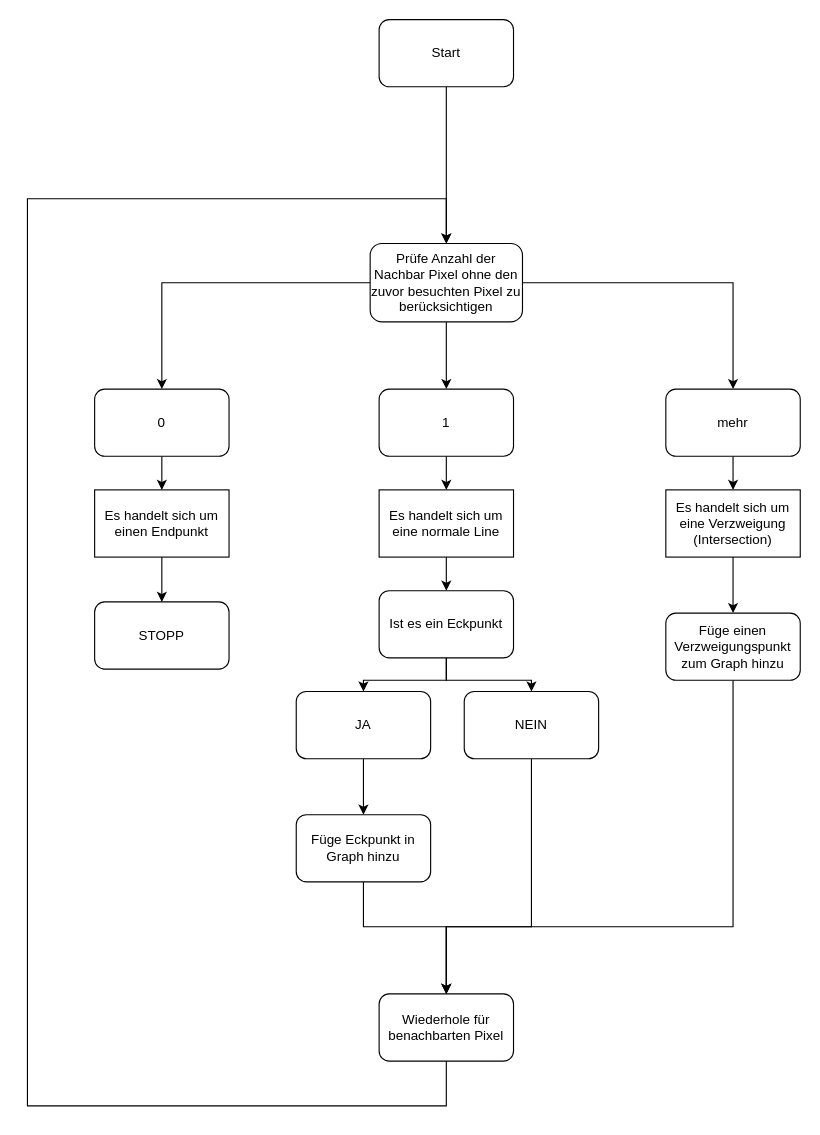
Above: Kapitel/Kapitel-ErstellungEinesGraphen/Dateien/Algorithmus.drawio in Chris022/matura-arbeit (draw.io), before the change. Source tidied: cells renumbered, new cells numbered last; positions are measured from the earlier drawing's top-left corner, leaving out a move shared by most shapes. Both pictures are drawn from the tidied source at 112%, with x=0, y=0 at pixel (27, 19).
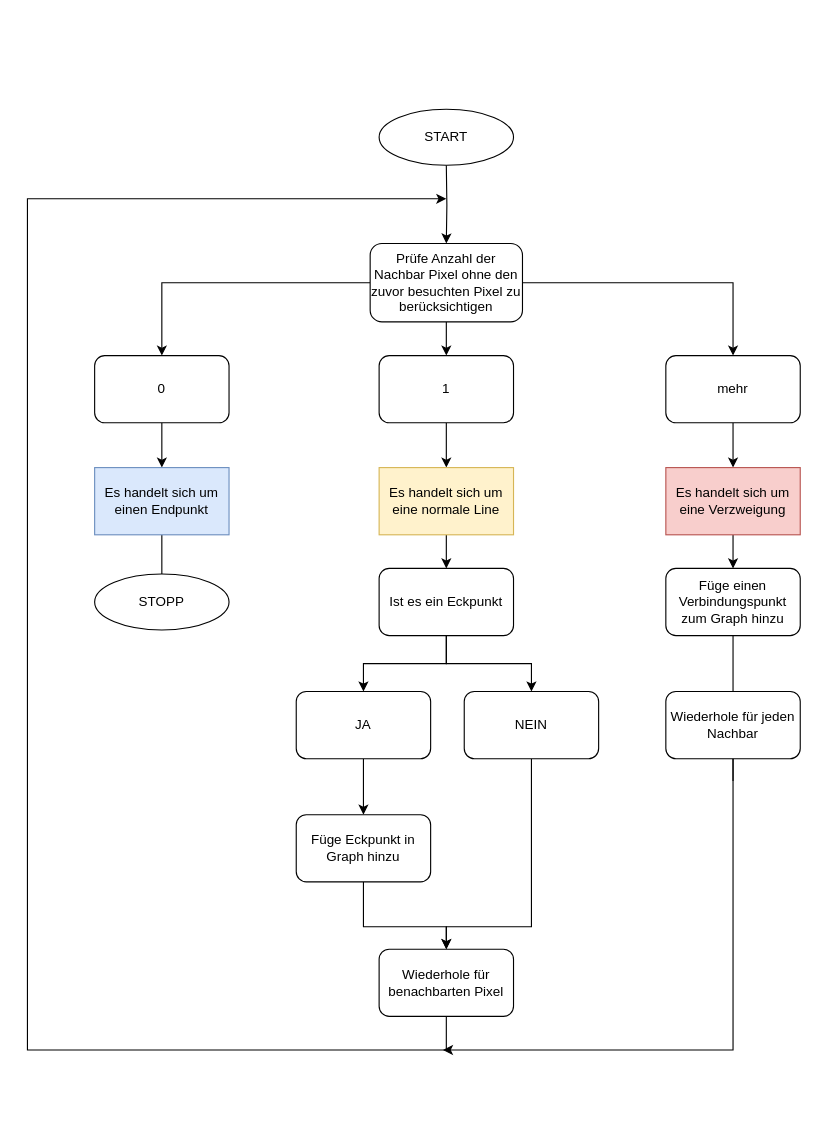
The same diagram, later.

Unchanged cells that the change refers to:
```xml
<mxCell id="5" value="Prüfe Anzahl der Nachbar Pixel ohne den zuvor besuchten Pixel zu berücksichtigen" style="rounded=1;whiteSpace=wrap;html=1;" parent="1" vertex="1">
  <mxGeometry x="306" y="199.9" width="136" height="70" as="geometry" />
</mxCell>
```

The edit, as a diff of the source:
```diff
@@
     <mxCell id="7" value="0" style="rounded=1;whiteSpace=wrap;html=1;" parent="1" vertex="1">
-      <mxGeometry x="60" y="329.9" width="120" height="60" as="geometry" />
+      <mxGeometry x="60" y="300" width="120" height="60" as="geometry" />
     </mxCell>
@@
     <mxCell id="9" value="1" style="rounded=1;whiteSpace=wrap;html=1;" parent="1" vertex="1">
-      <mxGeometry x="314" y="329.9" width="120" height="60" as="geometry" />
+      <mxGeometry x="314" y="300" width="120" height="60" as="geometry" />
     </mxCell>
@@
     <mxCell id="11" value="mehr" style="rounded=1;whiteSpace=wrap;html=1;" parent="1" vertex="1">
-      <mxGeometry x="570" y="329.9" width="120" height="60" as="geometry" />
+      <mxGeometry x="570" y="300" width="120" height="60" as="geometry" />
     </mxCell>
-    <mxCell id="12" style="edgeStyle=orthogonalEdgeStyle;rounded=0;jettySize=auto;html=1;" parent="1" edge="1" source="13" target="29">
-      <mxGeometry relative="1" as="geometry" />
+    <mxCell id="12" style="edgeStyle=orthogonalEdgeStyle;rounded=0;jettySize=auto;html=1;" parent="1" edge="1" source="13">
+      <mxGeometry relative="1" as="geometry">
+        <mxPoint x="120" y="519.9" as="targetPoint" />
+      </mxGeometry>
     </mxCell>
-    <mxCell id="13" value="Es handelt sich um einen Endpunkt" style="rounded=0;whiteSpace=wrap;html=1;" parent="1" vertex="1">
-      <mxGeometry x="60" y="419.9" width="120" height="60" as="geometry" />
+    <mxCell id="13" value="Es handelt sich um einen Endpunkt" style="rounded=0;whiteSpace=wrap;html=1;fillColor=#dae8fc;strokeColor=#6c8ebf;" parent="1" vertex="1">
+      <mxGeometry x="60" y="400" width="120" height="60" as="geometry" />
     </mxCell>
@@
-    <mxCell id="15" value="Es handelt sich um eine normale Line" style="rounded=0;whiteSpace=wrap;html=1;" parent="1" vertex="1">
-      <mxGeometry x="314" y="419.9" width="120" height="60" as="geometry" />
+    <mxCell id="15" value="Es handelt sich um eine normale Line" style="rounded=0;whiteSpace=wrap;html=1;fillColor=#fff2cc;strokeColor=#d6b656;" parent="1" vertex="1">
+      <mxGeometry x="314" y="400" width="120" height="60" as="geometry" />
     </mxCell>
@@
-    <mxCell id="17" value="Es handelt sich um eine Verzweigung (Intersection)" style="rounded=0;whiteSpace=wrap;html=1;" parent="1" vertex="1">
-      <mxGeometry x="570" y="419.9" width="120" height="60" as="geometry" />
+    <mxCell id="17" value="Es handelt sich um eine Verzweigung" style="rounded=0;whiteSpace=wrap;html=1;fillColor=#f8cecc;strokeColor=#b85450;" parent="1" vertex="1">
+      <mxGeometry x="570" y="400" width="120" height="60" as="geometry" />
     </mxCell>
@@
     <mxCell id="20" value="Ist es ein Eckpunkt" style="rounded=1;whiteSpace=wrap;html=1;" parent="1" vertex="1">
-      <mxGeometry x="314" y="509.9" width="120" height="60" as="geometry" />
+      <mxGeometry x="314" y="490" width="120" height="60" as="geometry" />
     </mxCell>
@@
-    <mxCell id="25" style="edgeStyle=orthogonalEdgeStyle;rounded=0;jettySize=auto;html=1;entryX=0.5;entryY=0;entryDx=0;entryDy=0;" parent="1" edge="1" source="26" target="5">
+    <mxCell id="25" style="edgeStyle=orthogonalEdgeStyle;rounded=0;jettySize=auto;html=1;" parent="1" edge="1" source="26">
       <mxGeometry relative="1" as="geometry">
+        <mxPoint x="374" y="160" as="targetPoint" />
         <Array as="points">
-          <mxPoint x="374" y="969.9" />
-          <mxPoint y="969.9" />
-          <mxPoint y="159.9" />
-          <mxPoint x="374" y="159.9" />
+          <mxPoint x="374" y="920" />
+          <mxPoint y="920" />
+          <mxPoint y="160" />
+          <mxPoint x="374" y="160" />
         </Array>
       </mxGeometry>
     </mxCell>
     <mxCell id="26" value="Wiederhole für benachbarten Pixel" style="rounded=1;whiteSpace=wrap;html=1;" parent="1" vertex="1">
-      <mxGeometry x="314" y="869.9" width="120" height="60" as="geometry" />
+      <mxGeometry x="314" y="830" width="120" height="60" as="geometry" />
     </mxCell>
@@
-    <mxCell id="29" value="STOPP" style="rounded=1;whiteSpace=wrap;html=1;" parent="1" vertex="1">
-      <mxGeometry x="60" y="519.9" width="120" height="60" as="geometry" />
-    </mxCell>
-    <mxCell id="30" style="edgeStyle=orthogonalEdgeStyle;rounded=0;jettySize=auto;html=1;entryX=0.5;entryY=0;entryDx=0;entryDy=0;exitX=0.5;exitY=1;exitDx=0;exitDy=0;" parent="1" edge="1" source="31" target="26">
-      <mxGeometry relative="1" as="geometry">
-        <Array as="points">
-          <mxPoint x="630" y="810" />
-          <mxPoint x="374" y="810" />
-        </Array>
-      </mxGeometry>
-    </mxCell>
+    <mxCell id="34" style="edgeStyle=orthogonalEdgeStyle;rounded=0;jettySize=auto;html=1;startArrow=none;" parent="1" edge="1" source="37">
+      <mxGeometry relative="1" as="geometry">
+        <mxPoint x="630" y="639.9" as="targetPoint" />
+      </mxGeometry>
+    </mxCell>
-    <mxCell id="31" value="Füge einen Verzweigungspunkt zum Graph hinzu" style="rounded=1;whiteSpace=wrap;html=1;" parent="1" vertex="1">
-      <mxGeometry x="570" y="529.9" width="120" height="60" as="geometry" />
+    <mxCell id="31" value="Füge einen Verbindungspunkt zum Graph hinzu" style="rounded=1;whiteSpace=wrap;html=1;" parent="1" vertex="1">
+      <mxGeometry x="570" y="490" width="120" height="60" as="geometry" />
     </mxCell>
-    <mxCell id="32" style="edgeStyle=orthogonalEdgeStyle;rounded=0;jettySize=auto;html=1;entryX=0.5;entryY=0;entryDx=0;entryDy=0;" parent="1" edge="1" source="33" target="5">
-      <mxGeometry relative="1" as="geometry" />
+    <mxCell id="32" style="edgeStyle=orthogonalEdgeStyle;rounded=0;jettySize=auto;html=1;entryX=0.5;entryY=0;entryDx=0;entryDy=0;" parent="1" edge="1" target="5">
+      <mxGeometry relative="1" as="geometry">
+        <mxPoint x="374" y="130" as="sourcePoint" />
+      </mxGeometry>
     </mxCell>
-    <mxCell id="33" value="Start" style="rounded=1;whiteSpace=wrap;html=1;" parent="1" vertex="1">
-      <mxGeometry x="314" width="120" height="60" as="geometry" />
-    </mxCell>
+    <mxCell id="35" style="edgeStyle=orthogonalEdgeStyle;rounded=0;jettySize=auto;html=1;exitX=0.5;exitY=1;exitDx=0;exitDy=0;" parent="1" edge="1" source="37">
+      <mxGeometry relative="1" as="geometry">
+        <mxPoint x="371" y="920" as="targetPoint" />
+        <Array as="points">
+          <mxPoint x="630" y="920" />
+        </Array>
+      </mxGeometry>
+    </mxCell>
+    <mxCell id="29" value="STOPP" style="ellipse;whiteSpace=wrap;html=1;" parent="1" vertex="1">
+      <mxGeometry x="60" y="495" width="120" height="50" as="geometry" />
+    </mxCell>
+    <mxCell id="36" value="START" style="ellipse;whiteSpace=wrap;html=1;" parent="1" vertex="1">
+      <mxGeometry x="314" y="80" width="120" height="50" as="geometry" />
+    </mxCell>
+    <mxCell id="37" value="Wiederhole für jeden Nachbar" style="rounded=1;whiteSpace=wrap;html=1;" parent="1" vertex="1">
+      <mxGeometry x="570" y="599.9" width="120" height="60" as="geometry" />
+    </mxCell>
+    <mxCell id="38" style="edgeStyle=orthogonalEdgeStyle;rounded=0;jettySize=auto;html=1;endArrow=none;" parent="1" edge="1" source="31" target="37">
+      <mxGeometry relative="1" as="geometry" />
+    </mxCell>
```
